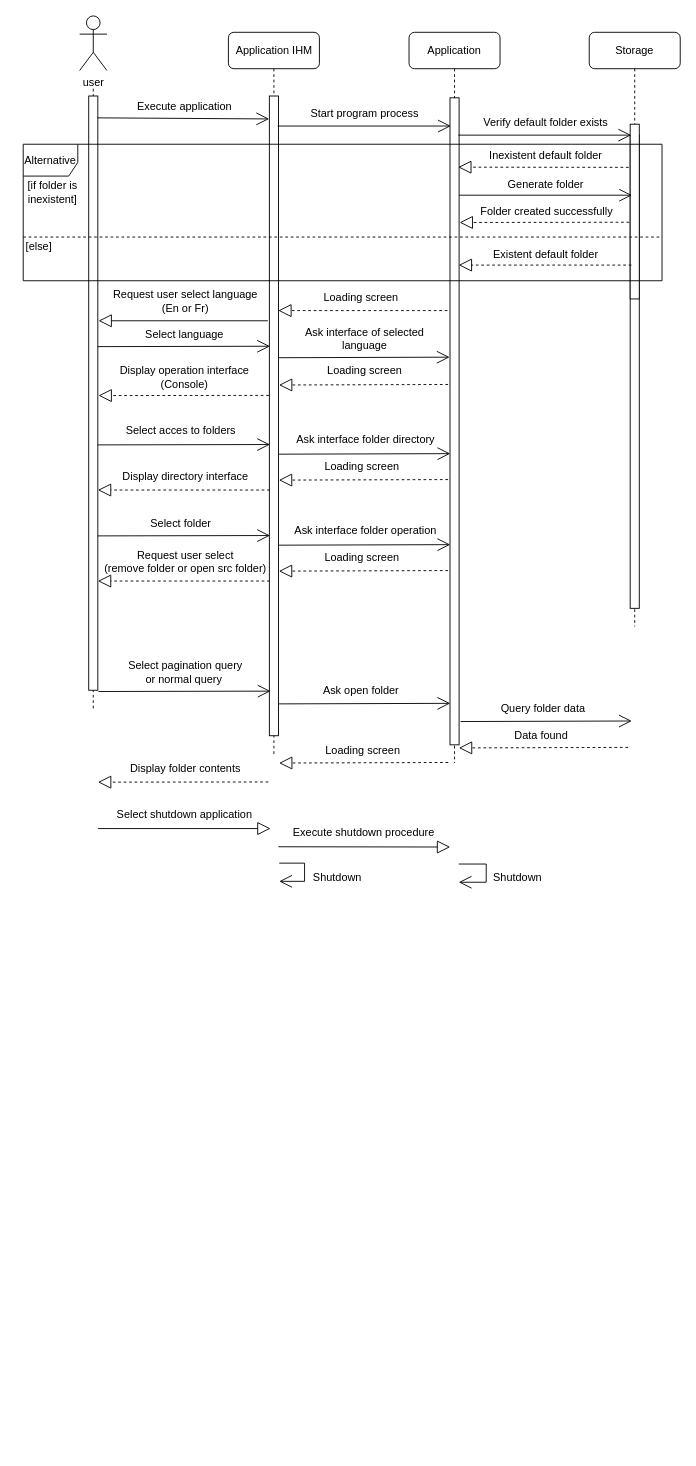
Above: page "Page-1" (1 of 3) of consult diagram.drawio in Weicheng178/UML (draw.io), before the change. Source tidied: cells renumbered, new cells numbered last; positions are measured from the earlier drawing's top-left corner, leaving out a move shared by most shapes. Both pictures are drawn from the tidied source at 91%, with x=0, y=0 at pixel (15, 15).
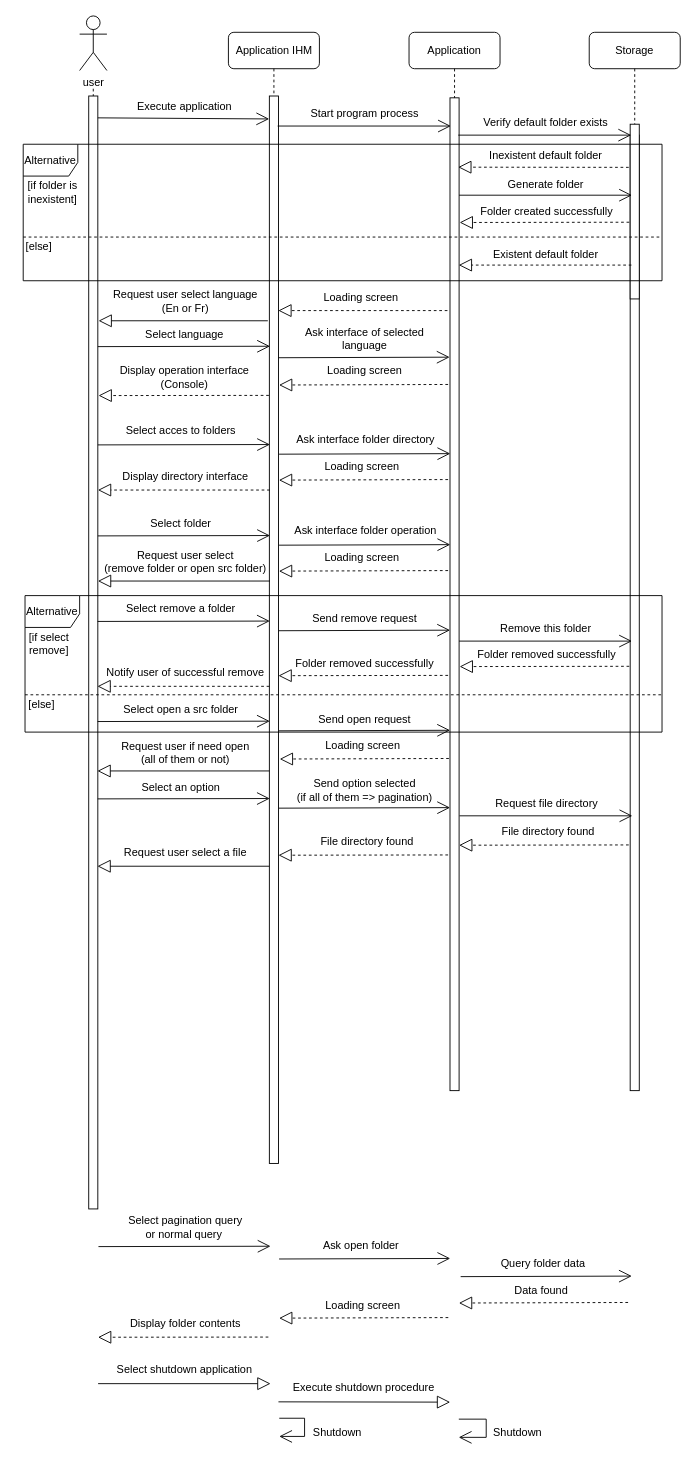
After the change.

Diff of the diagram source:
```diff
@@
     <mxCell id="7" style="html=1;perimeter=orthogonalPerimeter;rounded=0;glass=0;labelBackgroundColor=none;fillStyle=auto;" parent="1" vertex="1">
-      <mxGeometry x="80" y="88" width="10" height="653" as="geometry" />
+      <mxGeometry x="80" y="88" width="10" height="1223" as="geometry" />
     </mxCell>
     <mxCell id="8" style="html=1;perimeter=orthogonalPerimeter;rounded=0;glass=0;labelBackgroundColor=none;fillStyle=auto;" parent="1" vertex="1">
-      <mxGeometry x="278.5" y="88" width="10" height="703" as="geometry" />
+      <mxGeometry x="278.5" y="88" width="10" height="1173" as="geometry" />
     </mxCell>
     <mxCell id="9" style="html=1;perimeter=orthogonalPerimeter;rounded=0;glass=0;labelBackgroundColor=none;fillStyle=auto;" parent="1" vertex="1">
-      <mxGeometry x="477" y="90" width="10" height="711" as="geometry" />
+      <mxGeometry x="477" y="90" width="10" height="1091" as="geometry" />
     </mxCell>
     <mxCell id="10" style="html=1;perimeter=orthogonalPerimeter;rounded=0;glass=0;labelBackgroundColor=none;fillStyle=auto;" parent="1" vertex="1">
-      <mxGeometry x="675" y="131" width="10" height="520" as="geometry" />
+      <mxGeometry x="675" y="131" width="10" height="1050" as="geometry" />
     </mxCell>
     <mxCell id="11" value="Loading screen" style="text;html=1;align=center;verticalAlign=middle;strokeColor=none;fillColor=none;rounded=1;" parent="1" vertex="1">
-      <mxGeometry x="325.6" y="793" width="110" height="30" as="geometry" />
+      <mxGeometry x="325.6" y="1403" width="110" height="30" as="geometry" />
     </mxCell>
     <mxCell id="12" style="endArrow=block;dashed=1;endFill=0;endSize=12;html=1;rounded=1;exitX=-0.211;exitY=0.186;exitDx=0;exitDy=0;exitPerimeter=0;" parent="1" edge="1">
       <mxGeometry relative="1" as="geometry">
-        <mxPoint x="475.1" y="820.4" as="sourcePoint" />
-        <mxPoint x="289.2" y="821" as="targetPoint" />
+        <mxPoint x="475.1" y="1430.4" as="sourcePoint" />
+        <mxPoint x="289.2" y="1431" as="targetPoint" />
       </mxGeometry>
     </mxCell>
     <mxCell id="13" value="Select pagination query&lt;br&gt;or normal query&amp;nbsp;" style="text;html=1;align=center;verticalAlign=middle;strokeColor=none;fillColor=none;rounded=1;" parent="1" vertex="1">
-      <mxGeometry x="111.1" y="701" width="150" height="40" as="geometry" />
+      <mxGeometry x="111.1" y="1311" width="150" height="40" as="geometry" />
     </mxCell>
     <mxCell id="14" style="endArrow=open;endFill=1;endSize=12;html=1;rounded=1;entryX=-0.083;entryY=0.173;entryDx=0;entryDy=0;entryPerimeter=0;" parent="1" edge="1">
       <mxGeometry relative="1" as="geometry">
-        <mxPoint x="289.2" y="756" as="sourcePoint" />
-        <mxPoint x="477.3" y="755.4" as="targetPoint" />
+        <mxPoint x="289.2" y="1366" as="sourcePoint" />
+        <mxPoint x="477.3" y="1365.4" as="targetPoint" />
       </mxGeometry>
     </mxCell>
     <mxCell id="15" value="Ask open folder" style="text;html=1;align=center;verticalAlign=middle;strokeColor=none;fillColor=none;rounded=1;" parent="1" vertex="1">
-      <mxGeometry x="324.2" y="727" width="110" height="30" as="geometry" />
+      <mxGeometry x="324.2" y="1337" width="110" height="30" as="geometry" />
     </mxCell>
     <mxCell id="16" style="endArrow=open;endFill=1;endSize=12;html=1;rounded=1;entryX=0.071;entryY=0.165;entryDx=0;entryDy=0;entryPerimeter=0;" parent="1" edge="1">
       <mxGeometry relative="1" as="geometry">
-        <mxPoint x="90.7" y="742.4" as="sourcePoint" />
-        <mxPoint x="279.8" y="742" as="targetPoint" />
+        <mxPoint x="90.7" y="1352.4" as="sourcePoint" />
+        <mxPoint x="279.8" y="1352" as="targetPoint" />
       </mxGeometry>
     </mxCell>
     <mxCell id="17" style="endArrow=block;dashed=1;endFill=0;endSize=12;html=1;rounded=1;exitX=-0.125;exitY=0.144;exitDx=0;exitDy=0;exitPerimeter=0;" parent="1" edge="1">
       <mxGeometry relative="1" as="geometry">
-        <mxPoint x="277.4" y="841.8" as="sourcePoint" />
-        <mxPoint x="90.2" y="842" as="targetPoint" />
+        <mxPoint x="277.4" y="1451.8" as="sourcePoint" />
+        <mxPoint x="90.2" y="1452" as="targetPoint" />
       </mxGeometry>
     </mxCell>
     <mxCell id="18" value="Display folder contents" style="text;html=1;align=center;verticalAlign=middle;strokeColor=none;fillColor=none;rounded=1;" parent="1" vertex="1">
-      <mxGeometry x="116.1" y="812" width="140" height="30" as="geometry" />
+      <mxGeometry x="116.1" y="1422" width="140" height="30" as="geometry" />
     </mxCell>
     <mxCell id="19" style="endArrow=block;endFill=0;endSize=12;html=1;rounded=1;entryX=-0.002;entryY=0.916;entryDx=0;entryDy=0;entryPerimeter=0;" parent="1" edge="1">
       <mxGeometry relative="1" as="geometry">
-        <mxPoint x="288.5" y="913" as="sourcePoint" />
-        <mxPoint x="477.2" y="913.3" as="targetPoint" />
+        <mxPoint x="288.5" y="1523" as="sourcePoint" />
+        <mxPoint x="477.2" y="1523.3" as="targetPoint" />
       </mxGeometry>
     </mxCell>
     <mxCell id="20" style="endArrow=block;endFill=0;endSize=12;html=1;rounded=1;" parent="1" edge="1">
       <mxGeometry relative="1" as="geometry">
-        <mxPoint x="90.3" y="893" as="sourcePoint" />
-        <mxPoint x="279.8" y="893" as="targetPoint" />
+        <mxPoint x="90.3" y="1503" as="sourcePoint" />
+        <mxPoint x="279.8" y="1503" as="targetPoint" />
       </mxGeometry>
     </mxCell>
     <mxCell id="21" value="Execute shutdown procedure" style="text;html=1;align=center;verticalAlign=middle;strokeColor=none;fillColor=none;rounded=1;" parent="1" vertex="1">
-      <mxGeometry x="291.5" y="883" width="180" height="30" as="geometry" />
+      <mxGeometry x="291.5" y="1493" width="180" height="30" as="geometry" />
     </mxCell>
     <mxCell id="22" value="Shutdown" style="text;html=1;align=center;verticalAlign=middle;strokeColor=none;fillColor=none;rounded=1;" parent="1" vertex="1">
-      <mxGeometry x="312.7" y="932" width="80" height="30" as="geometry" />
+      <mxGeometry x="312.7" y="1542" width="80" height="30" as="geometry" />
     </mxCell>
     <mxCell id="23" style="endArrow=open;endFill=1;endSize=12;html=1;rounded=0;" parent="1" edge="1">
       <mxGeometry relative="1" as="geometry">
-        <mxPoint x="486.7" y="932" as="sourcePoint" />
-        <mxPoint x="486.6" y="952" as="targetPoint" />
+        <mxPoint x="486.7" y="1542" as="sourcePoint" />
+        <mxPoint x="486.6" y="1562" as="targetPoint" />
         <Array as="points">
-          <mxPoint x="516.8" y="932" />
-          <mxPoint x="516.8" y="952" />
+          <mxPoint x="516.8" y="1542" />
+          <mxPoint x="516.8" y="1562" />
         </Array>
       </mxGeometry>
     </mxCell>
     <mxCell id="24" value="Shutdown" style="text;html=1;align=center;verticalAlign=middle;strokeColor=none;fillColor=none;rounded=1;" parent="1" vertex="1">
-      <mxGeometry x="511.3" y="932" width="80" height="30" as="geometry" />
+      <mxGeometry x="511.3" y="1542" width="80" height="30" as="geometry" />
     </mxCell>
     <mxCell id="25" value="Select shutdown application" style="text;html=1;align=center;verticalAlign=middle;strokeColor=none;fillColor=none;rounded=1;" parent="1" vertex="1">
-      <mxGeometry x="100.2" y="863" width="170" height="30" as="geometry" />
+      <mxGeometry x="100.2" y="1473" width="170" height="30" as="geometry" />
     </mxCell>
     <mxCell id="26" style="endArrow=open;endFill=1;endSize=12;html=1;rounded=0;" parent="1" edge="1">
       <mxGeometry relative="1" as="geometry">
-        <mxPoint x="289.4" y="931" as="sourcePoint" />
-        <mxPoint x="289.3" y="951" as="targetPoint" />
+        <mxPoint x="289.4" y="1541" as="sourcePoint" />
+        <mxPoint x="289.3" y="1561" as="targetPoint" />
         <Array as="points">
-          <mxPoint x="317.2" y="931" />
-          <mxPoint x="317.2" y="951" />
+          <mxPoint x="317.2" y="1541" />
+          <mxPoint x="317.2" y="1561" />
         </Array>
       </mxGeometry>
     </mxCell>
     <mxCell id="27" style="endArrow=open;endFill=1;endSize=12;html=1;rounded=1;entryX=-0.083;entryY=0.173;entryDx=0;entryDy=0;entryPerimeter=0;" parent="1" edge="1">
       <mxGeometry relative="1" as="geometry">
-        <mxPoint x="488.7" y="775.4" as="sourcePoint" />
-        <mxPoint x="676.8" y="774.8" as="targetPoint" />
+        <mxPoint x="488.7" y="1385.4" as="sourcePoint" />
+        <mxPoint x="676.8" y="1384.8" as="targetPoint" />
       </mxGeometry>
     </mxCell>
     <mxCell id="28" value="Query folder data" style="text;html=1;align=center;verticalAlign=middle;strokeColor=none;fillColor=none;rounded=1;" parent="1" vertex="1">
-      <mxGeometry x="518.7" y="746.4" width="120" height="30" as="geometry" />
+      <mxGeometry x="518.7" y="1356.4" width="120" height="30" as="geometry" />
     </mxCell>
     <mxCell id="29" value="Data found" style="text;html=1;align=center;verticalAlign=middle;strokeColor=none;fillColor=none;rounded=1;" parent="1" vertex="1">
-      <mxGeometry x="537.2" y="776.4" width="80" height="30" as="geometry" />
+      <mxGeometry x="537.2" y="1386.4" width="80" height="30" as="geometry" />
     </mxCell>
     <mxCell id="30" style="endArrow=block;dashed=1;endFill=0;endSize=12;html=1;rounded=1;exitX=-0.211;exitY=0.186;exitDx=0;exitDy=0;exitPerimeter=0;" parent="1" edge="1">
       <mxGeometry relative="1" as="geometry">
-        <mxPoint x="672.7" y="803.8" as="sourcePoint" />
-        <mxPoint x="486.8" y="804.4" as="targetPoint" />
+        <mxPoint x="672.7" y="1413.8" as="sourcePoint" />
+        <mxPoint x="486.8" y="1414.4" as="targetPoint" />
       </mxGeometry>
     </mxCell>
@@
-    <mxCell id="75" style="endArrow=block;dashed=1;endFill=0;endSize=12;html=1;rounded=1;" parent="1" edge="1">
+    <mxCell id="75" style="endArrow=block;endFill=0;endSize=12;html=1;rounded=1;" parent="1" edge="1">
       <mxGeometry relative="1" as="geometry">
         <mxPoint x="279" y="621" as="sourcePoint" />
         <mxPoint x="90.1" y="621" as="targetPoint" />
       </mxGeometry>
     </mxCell>
@@
+    <mxCell id="78" style="endArrow=open;endFill=1;endSize=12;html=1;rounded=1;targetPerimeterSpacing=-4;sourcePerimeterSpacing=3;" parent="1" edge="1">
+      <mxGeometry relative="1" as="geometry">
+        <mxPoint x="487" y="687" as="sourcePoint" />
+        <mxPoint x="677" y="687" as="targetPoint" />
+      </mxGeometry>
+    </mxCell>
+    <mxCell id="79" value="Alternative" style="shape=umlFrame;whiteSpace=wrap;html=1;width=60;height=35;" parent="1" vertex="1">
+      <mxGeometry x="10" y="637" width="700" height="150" as="geometry" />
+    </mxCell>
+    <mxCell id="80" value="[if select &lt;br&gt;remove]" style="text;html=1;align=center;verticalAlign=middle;strokeColor=none;fillColor=none;" parent="1" vertex="1">
+      <mxGeometry x="1" y="670" width="70" height="40" as="geometry" />
+    </mxCell>
+    <mxCell id="81" value="[else]" style="text;html=1;align=center;verticalAlign=middle;strokeColor=none;fillColor=none;" parent="1" vertex="1">
+      <mxGeometry x="3" y="742" width="50" height="30" as="geometry" />
+    </mxCell>
+    <mxCell id="82" style="line;strokeWidth=1;fillColor=none;align=left;verticalAlign=middle;spacingTop=-1;spacingLeft=3;spacingRight=3;labelPosition=right;dashed=1;" parent="1" vertex="1">
+      <mxGeometry x="10" y="742" width="700" height="8" as="geometry" />
+    </mxCell>
+    <mxCell id="83" value="Remove this folder" style="text;html=1;align=center;verticalAlign=middle;strokeColor=none;fillColor=none;rounded=1;" parent="1" vertex="1">
+      <mxGeometry x="522.4" y="659" width="120" height="30" as="geometry" />
+    </mxCell>
+    <mxCell id="84" style="endArrow=block;dashed=1;endFill=0;endSize=12;html=1;rounded=1;targetPerimeterSpacing=-4;sourcePerimeterSpacing=3;exitX=-0.099;exitY=0.603;exitDx=0;exitDy=0;exitPerimeter=0;" parent="1" edge="1">
+      <mxGeometry relative="1" as="geometry">
+        <mxPoint x="674" y="714.7" as="sourcePoint" />
+        <mxPoint x="487.6" y="715" as="targetPoint" />
+      </mxGeometry>
+    </mxCell>
+    <mxCell id="85" value="Folder removed successfully" style="text;html=1;align=center;verticalAlign=middle;strokeColor=none;fillColor=none;rounded=1;" parent="1" vertex="1">
+      <mxGeometry x="492.5" y="687" width="180" height="30" as="geometry" />
+    </mxCell>
+    <mxCell id="86" value="Select remove a folder" style="text;html=1;align=center;verticalAlign=middle;strokeColor=none;fillColor=none;rounded=1;" parent="1" vertex="1">
+      <mxGeometry x="110.5" y="636" width="140" height="30" as="geometry" />
+    </mxCell>
+    <mxCell id="87" style="endArrow=open;endFill=1;endSize=12;html=1;rounded=1;entryX=0.071;entryY=0.165;entryDx=0;entryDy=0;entryPerimeter=0;" parent="1" edge="1">
+      <mxGeometry relative="1" as="geometry">
+        <mxPoint x="89.8" y="665.4" as="sourcePoint" />
+        <mxPoint x="279" y="665" as="targetPoint" />
+      </mxGeometry>
+    </mxCell>
+    <mxCell id="88" value="Notify user of successful remove" style="text;html=1;align=center;verticalAlign=middle;strokeColor=none;fillColor=none;rounded=1;" parent="1" vertex="1">
+      <mxGeometry x="86.1" y="707" width="200" height="30" as="geometry" />
+    </mxCell>
+    <mxCell id="89" style="endArrow=block;dashed=1;endFill=0;endSize=12;html=1;rounded=1;" parent="1" edge="1">
+      <mxGeometry relative="1" as="geometry">
+        <mxPoint x="278.5" y="736.7" as="sourcePoint" />
+        <mxPoint x="89.6" y="736.7" as="targetPoint" />
+      </mxGeometry>
+    </mxCell>
+    <mxCell id="90" style="endArrow=open;endFill=1;endSize=12;html=1;rounded=1;entryX=-0.083;entryY=0.173;entryDx=0;entryDy=0;entryPerimeter=0;" parent="1" edge="1">
+      <mxGeometry relative="1" as="geometry">
+        <mxPoint x="289" y="675.6" as="sourcePoint" />
+        <mxPoint x="477.1" y="675" as="targetPoint" />
+      </mxGeometry>
+    </mxCell>
+    <mxCell id="91" value="Send remove request" style="text;html=1;align=center;verticalAlign=middle;strokeColor=none;fillColor=none;rounded=1;" parent="1" vertex="1">
+      <mxGeometry x="313.3" y="646.5" width="140" height="30" as="geometry" />
+    </mxCell>
+    <mxCell id="92" style="endArrow=block;dashed=1;endFill=0;endSize=12;html=1;rounded=1;targetPerimeterSpacing=-4;sourcePerimeterSpacing=3;exitX=-0.099;exitY=0.603;exitDx=0;exitDy=0;exitPerimeter=0;" parent="1" edge="1">
+      <mxGeometry relative="1" as="geometry">
+        <mxPoint x="474.9" y="724.7" as="sourcePoint" />
+        <mxPoint x="288.5" y="725" as="targetPoint" />
+      </mxGeometry>
+    </mxCell>
+    <mxCell id="93" value="Folder removed successfully" style="text;html=1;align=center;verticalAlign=middle;strokeColor=none;fillColor=none;rounded=1;" parent="1" vertex="1">
+      <mxGeometry x="293.4" y="697" width="180" height="30" as="geometry" />
+    </mxCell>
+    <mxCell id="94" value="Select open a src folder" style="text;html=1;align=center;verticalAlign=middle;strokeColor=none;fillColor=none;rounded=1;" parent="1" vertex="1">
+      <mxGeometry x="105.5" y="748" width="150" height="30" as="geometry" />
+    </mxCell>
+    <mxCell id="95" style="endArrow=open;endFill=1;endSize=12;html=1;rounded=1;entryX=0.071;entryY=0.165;entryDx=0;entryDy=0;entryPerimeter=0;" parent="1" edge="1">
+      <mxGeometry relative="1" as="geometry">
+        <mxPoint x="89.8" y="775.4" as="sourcePoint" />
+        <mxPoint x="279" y="775" as="targetPoint" />
+      </mxGeometry>
+    </mxCell>
+    <mxCell id="96" value="Request user if need open&lt;br&gt;(all of them or not)" style="text;html=1;align=center;verticalAlign=middle;strokeColor=none;fillColor=none;rounded=1;" parent="1" vertex="1">
+      <mxGeometry x="106.1" y="790" width="160" height="40" as="geometry" />
+    </mxCell>
+    <mxCell id="97" style="endArrow=block;endFill=0;endSize=12;html=1;rounded=1;" parent="1" edge="1">
+      <mxGeometry relative="1" as="geometry">
+        <mxPoint x="278.5" y="829.7" as="sourcePoint" />
+        <mxPoint x="89.6" y="829.7" as="targetPoint" />
+      </mxGeometry>
+    </mxCell>
+    <mxCell id="98" style="endArrow=open;endFill=1;endSize=12;html=1;rounded=1;entryX=-0.083;entryY=0.173;entryDx=0;entryDy=0;entryPerimeter=0;" parent="1" edge="1">
+      <mxGeometry relative="1" as="geometry">
+        <mxPoint x="289" y="785.6" as="sourcePoint" />
+        <mxPoint x="477.1" y="785" as="targetPoint" />
+      </mxGeometry>
+    </mxCell>
+    <mxCell id="99" value="Send open request" style="text;html=1;align=center;verticalAlign=middle;strokeColor=none;fillColor=none;rounded=1;" parent="1" vertex="1">
+      <mxGeometry x="323.3" y="757.5" width="120" height="30" as="geometry" />
+    </mxCell>
+    <mxCell id="100" value="Loading screen" style="text;html=1;align=center;verticalAlign=middle;strokeColor=none;fillColor=none;rounded=1;" parent="1" vertex="1">
+      <mxGeometry x="325.6" y="787" width="110" height="30" as="geometry" />
+    </mxCell>
+    <mxCell id="101" style="endArrow=block;dashed=1;endFill=0;endSize=12;html=1;rounded=1;exitX=-0.211;exitY=0.186;exitDx=0;exitDy=0;exitPerimeter=0;" parent="1" edge="1">
+      <mxGeometry relative="1" as="geometry">
+        <mxPoint x="475.8" y="816" as="sourcePoint" />
+        <mxPoint x="289.9" y="816.6" as="targetPoint" />
+      </mxGeometry>
+    </mxCell>
+    <mxCell id="102" value="Select an option" style="text;html=1;align=center;verticalAlign=middle;strokeColor=none;fillColor=none;rounded=1;" parent="1" vertex="1">
+      <mxGeometry x="125.5" y="833" width="110" height="30" as="geometry" />
+    </mxCell>
+    <mxCell id="103" style="endArrow=open;endFill=1;endSize=12;html=1;rounded=1;entryX=0.071;entryY=0.165;entryDx=0;entryDy=0;entryPerimeter=0;" parent="1" edge="1">
+      <mxGeometry relative="1" as="geometry">
+        <mxPoint x="89.8" y="860.4" as="sourcePoint" />
+        <mxPoint x="279" y="860" as="targetPoint" />
+      </mxGeometry>
+    </mxCell>
+    <mxCell id="104" value="Request user select a file" style="text;html=1;align=center;verticalAlign=middle;strokeColor=none;fillColor=none;rounded=1;" parent="1" vertex="1">
+      <mxGeometry x="106.1" y="904.7" width="160" height="30" as="geometry" />
+    </mxCell>
+    <mxCell id="105" style="endArrow=block;endFill=0;endSize=12;html=1;rounded=1;" parent="1" edge="1">
+      <mxGeometry relative="1" as="geometry">
+        <mxPoint x="278.5" y="934.4" as="sourcePoint" />
+        <mxPoint x="89.6" y="934.4" as="targetPoint" />
+      </mxGeometry>
+    </mxCell>
+    <mxCell id="106" style="endArrow=open;endFill=1;endSize=12;html=1;rounded=1;entryX=-0.083;entryY=0.173;entryDx=0;entryDy=0;entryPerimeter=0;" parent="1" edge="1">
+      <mxGeometry relative="1" as="geometry">
+        <mxPoint x="289" y="870.6" as="sourcePoint" />
+        <mxPoint x="477.1" y="870" as="targetPoint" />
+      </mxGeometry>
+    </mxCell>
+    <mxCell id="107" value="Send option selected&lt;br&gt;(if all of them =&amp;gt; pagination)" style="text;html=1;align=center;verticalAlign=middle;strokeColor=none;fillColor=none;rounded=1;" parent="1" vertex="1">
+      <mxGeometry x="298.3" y="830.5" width="170" height="40" as="geometry" />
+    </mxCell>
+    <mxCell id="108" style="endArrow=open;endFill=1;endSize=12;html=1;rounded=1;targetPerimeterSpacing=-4;sourcePerimeterSpacing=3;" parent="1" edge="1">
+      <mxGeometry relative="1" as="geometry">
+        <mxPoint x="487.4" y="879" as="sourcePoint" />
+        <mxPoint x="677.4" y="879" as="targetPoint" />
+      </mxGeometry>
+    </mxCell>
+    <mxCell id="109" value="Request file directory" style="text;html=1;align=center;verticalAlign=middle;strokeColor=none;fillColor=none;rounded=1;" parent="1" vertex="1">
+      <mxGeometry x="512.8" y="851" width="140" height="30" as="geometry" />
+    </mxCell>
+    <mxCell id="110" style="endArrow=block;dashed=1;endFill=0;endSize=12;html=1;rounded=1;targetPerimeterSpacing=-4;sourcePerimeterSpacing=3;exitX=-0.099;exitY=0.603;exitDx=0;exitDy=0;exitPerimeter=0;" parent="1" edge="1">
+      <mxGeometry relative="1" as="geometry">
+        <mxPoint x="673.4" y="911" as="sourcePoint" />
+        <mxPoint x="487" y="911.3" as="targetPoint" />
+      </mxGeometry>
+    </mxCell>
+    <mxCell id="111" value="&amp;nbsp;File directory found&lt;br&gt;" style="text;html=1;align=center;verticalAlign=middle;strokeColor=none;fillColor=none;rounded=1;" parent="1" vertex="1">
+      <mxGeometry x="517.8" y="882" width="130" height="30" as="geometry" />
+    </mxCell>
+    <mxCell id="112" style="endArrow=block;dashed=1;endFill=0;endSize=12;html=1;rounded=1;targetPerimeterSpacing=-4;sourcePerimeterSpacing=3;exitX=-0.099;exitY=0.603;exitDx=0;exitDy=0;exitPerimeter=0;" parent="1" edge="1">
+      <mxGeometry relative="1" as="geometry">
+        <mxPoint x="474.9" y="922" as="sourcePoint" />
+        <mxPoint x="288.5" y="922.3" as="targetPoint" />
+      </mxGeometry>
+    </mxCell>
+    <mxCell id="113" value="&amp;nbsp;File directory found&lt;br&gt;" style="text;html=1;align=center;verticalAlign=middle;strokeColor=none;fillColor=none;rounded=1;" parent="1" vertex="1">
+      <mxGeometry x="319.3" y="893" width="130" height="30" as="geometry" />
+    </mxCell>
```
